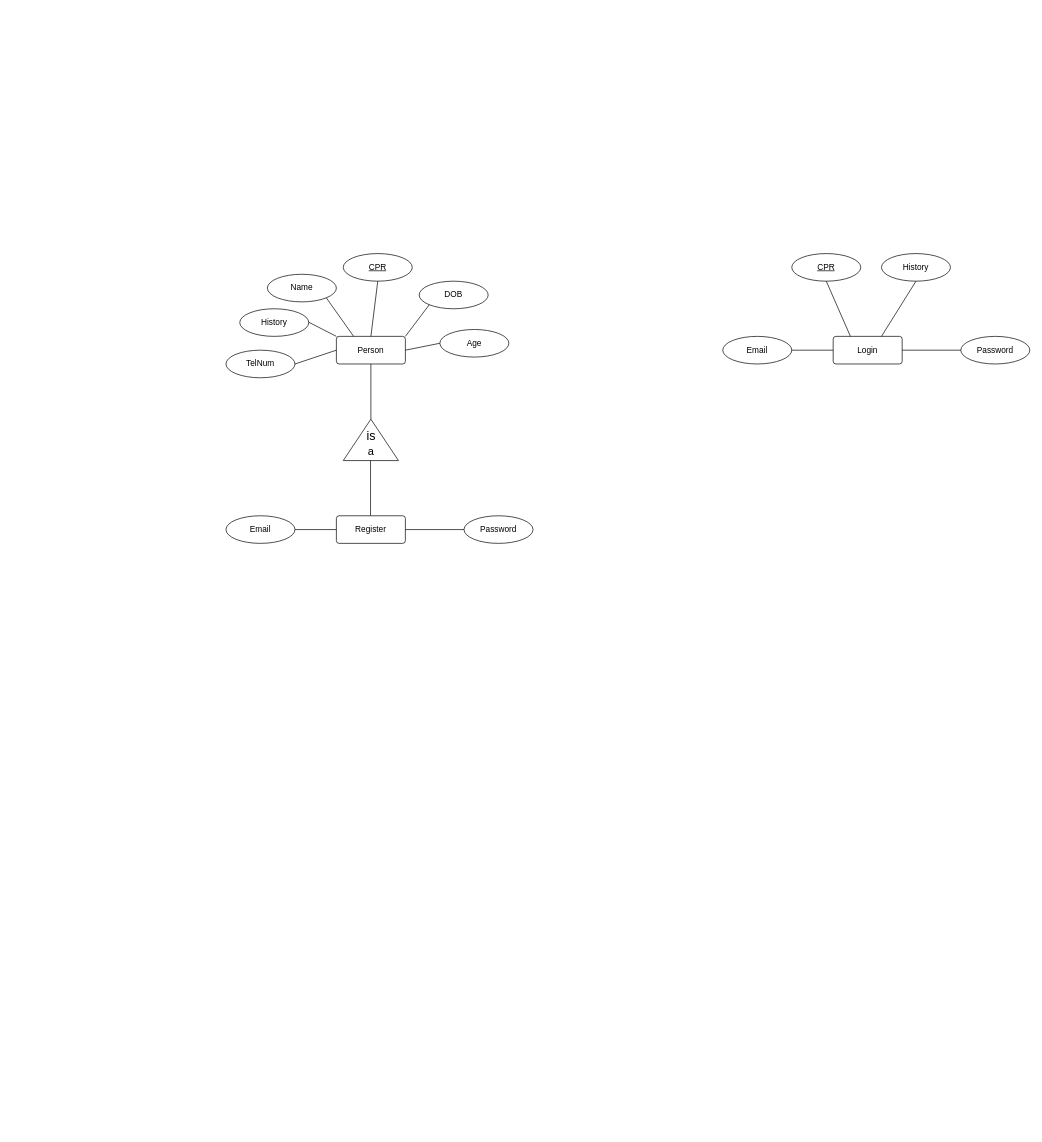
Above: Bahrainouna Project/Database_design.drawio in another4433/another4433 (draw.io), before the change. Source tidied: cells renumbered, new cells numbered last; positions are measured from the earlier drawing's top-left corner, leaving out a move shared by most shapes. Both pictures are drawn from the tidied source at 69%, with x=0, y=0 at pixel (226, 253).
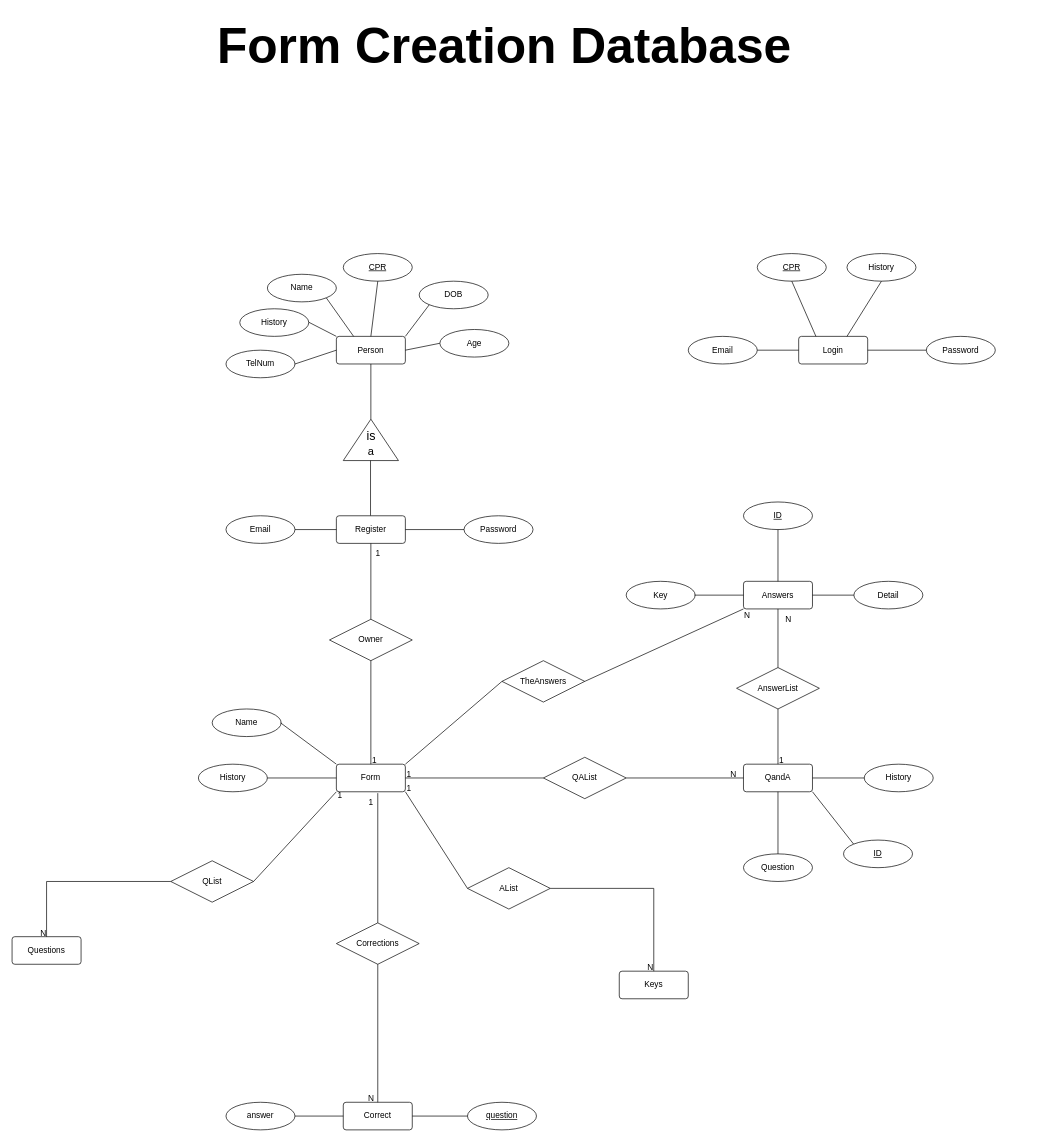
The same page after the edit.

The change refers to these unchanged cells:
```xml
<mxCell id="19" value="Register" style="rounded=1;arcSize=10;whiteSpace=wrap;html=1;align=center;" parent="1" vertex="1">
  <mxGeometry x="160" y="380" width="100" height="40" as="geometry" />
</mxCell>
```

Change to the diagram source:
```diff
@@
     <mxCell id="24" value="Login" style="rounded=1;arcSize=10;whiteSpace=wrap;html=1;align=center;" parent="1" vertex="1">
-      <mxGeometry x="880" y="120" width="100" height="40" as="geometry" />
+      <mxGeometry x="830" y="120" width="100" height="40" as="geometry" />
     </mxCell>
     <mxCell id="25" value="Password" style="ellipse;whiteSpace=wrap;html=1;align=center;" parent="1" vertex="1">
-      <mxGeometry x="1065" y="120" width="100" height="40" as="geometry" />
+      <mxGeometry x="1015" y="120" width="100" height="40" as="geometry" />
     </mxCell>
     <mxCell id="26" value="Email" style="ellipse;whiteSpace=wrap;html=1;align=center;" parent="1" vertex="1">
-      <mxGeometry x="720" y="120" width="100" height="40" as="geometry" />
+      <mxGeometry x="670" y="120" width="100" height="40" as="geometry" />
     </mxCell>
     <mxCell id="27" style="endArrow=none;html=1;rounded=0;" parent="1" edge="1" target="25">
       <mxGeometry relative="1" as="geometry">
-        <mxPoint x="980" y="140" as="sourcePoint" />
+        <mxPoint x="930" y="140" as="sourcePoint" />
       </mxGeometry>
     </mxCell>
     <mxCell id="28" style="endArrow=none;html=1;rounded=0;entryX=0;entryY=0.5;entryDx=0;entryDy=0;" parent="1" edge="1" target="24">
       <mxGeometry relative="1" as="geometry">
-        <mxPoint x="820" y="140" as="sourcePoint" />
+        <mxPoint x="770" y="140" as="sourcePoint" />
       </mxGeometry>
     </mxCell>
     <mxCell id="29" value="CPR" style="ellipse;whiteSpace=wrap;html=1;align=center;fontStyle=4;" parent="1" vertex="1">
-      <mxGeometry x="820" width="100" height="40" as="geometry" />
+      <mxGeometry x="770" width="100" height="40" as="geometry" />
     </mxCell>
@@
     <mxCell id="31" value="History" style="ellipse;whiteSpace=wrap;html=1;align=center;" parent="1" vertex="1">
-      <mxGeometry x="950" width="100" height="40" as="geometry" />
+      <mxGeometry x="900" width="100" height="40" as="geometry" />
     </mxCell>
     <mxCell id="32" style="endArrow=none;html=1;rounded=0;entryX=0.5;entryY=1;entryDx=0;entryDy=0;" parent="1" edge="1" target="31">
       <mxGeometry relative="1" as="geometry">
-        <mxPoint x="950" y="120" as="sourcePoint" />
+        <mxPoint x="900" y="120" as="sourcePoint" />
       </mxGeometry>
     </mxCell>
+    <mxCell id="33" value="Answers" style="rounded=1;arcSize=10;whiteSpace=wrap;html=1;align=center;" parent="1" vertex="1">
+      <mxGeometry x="750" y="475" width="100" height="40" as="geometry" />
+    </mxCell>
+    <mxCell id="34" value="Detail" style="ellipse;whiteSpace=wrap;html=1;align=center;" parent="1" vertex="1">
+      <mxGeometry x="910" y="475" width="100" height="40" as="geometry" />
+    </mxCell>
+    <mxCell id="35" value="Key" style="ellipse;whiteSpace=wrap;html=1;align=center;" parent="1" vertex="1">
+      <mxGeometry x="580" y="475" width="100" height="40" as="geometry" />
+    </mxCell>
+    <mxCell id="36" value="ID" style="ellipse;whiteSpace=wrap;html=1;align=center;fontStyle=4;" parent="1" vertex="1">
+      <mxGeometry x="750" y="360" width="100" height="40" as="geometry" />
+    </mxCell>
+    <mxCell id="37" style="endArrow=none;html=1;rounded=0;entryX=0.5;entryY=1;entryDx=0;entryDy=0;exitX=0.5;exitY=0;exitDx=0;exitDy=0;" parent="1" edge="1" source="33" target="36">
+      <mxGeometry relative="1" as="geometry" />
+    </mxCell>
+    <mxCell id="38" style="endArrow=none;html=1;rounded=0;entryX=0;entryY=0.5;entryDx=0;entryDy=0;exitX=0.5;exitY=0;exitDx=0;exitDy=0;" parent="1" edge="1" target="33">
+      <mxGeometry relative="1" as="geometry">
+        <mxPoint x="679" y="495" as="sourcePoint" />
+      </mxGeometry>
+    </mxCell>
+    <mxCell id="39" style="endArrow=none;html=1;rounded=0;entryX=0;entryY=0.5;entryDx=0;entryDy=0;exitX=0.5;exitY=0;exitDx=0;exitDy=0;" parent="1" edge="1" target="34">
+      <mxGeometry relative="1" as="geometry">
+        <mxPoint x="850" y="495" as="sourcePoint" />
+      </mxGeometry>
+    </mxCell>
+    <mxCell id="40" value="QandA" style="rounded=1;arcSize=10;whiteSpace=wrap;html=1;align=center;" parent="1" vertex="1">
+      <mxGeometry x="750" y="740" width="100" height="40" as="geometry" />
+    </mxCell>
+    <mxCell id="41" value="AnswerList" style="shape=rhombus;perimeter=rhombusPerimeter;whiteSpace=wrap;html=1;align=center;" parent="1" vertex="1">
+      <mxGeometry x="740" y="600" width="120" height="60" as="geometry" />
+    </mxCell>
+    <mxCell id="42" style="endArrow=none;html=1;rounded=0;entryX=0.5;entryY=1;entryDx=0;entryDy=0;exitX=0.5;exitY=0;exitDx=0;exitDy=0;" parent="1" edge="1" source="41" target="33">
+      <mxGeometry relative="1" as="geometry" />
+    </mxCell>
+    <mxCell id="43" style="endArrow=none;html=1;rounded=0;entryX=0.5;entryY=1;entryDx=0;entryDy=0;exitX=0.5;exitY=0;exitDx=0;exitDy=0;" parent="1" edge="1" source="40" target="41">
+      <mxGeometry relative="1" as="geometry" />
+    </mxCell>
+    <mxCell id="44" value="Question" style="ellipse;whiteSpace=wrap;html=1;align=center;" parent="1" vertex="1">
+      <mxGeometry x="750" y="870" width="100" height="40" as="geometry" />
+    </mxCell>
+    <mxCell id="45" value="History" style="ellipse;whiteSpace=wrap;html=1;align=center;" parent="1" vertex="1">
+      <mxGeometry x="925" y="740" width="100" height="40" as="geometry" />
+    </mxCell>
+    <mxCell id="46" value="ID" style="ellipse;whiteSpace=wrap;html=1;align=center;fontStyle=4;" parent="1" vertex="1">
+      <mxGeometry x="895" y="850" width="100" height="40" as="geometry" />
+    </mxCell>
+    <mxCell id="47" style="endArrow=none;html=1;rounded=0;entryX=0.5;entryY=1;entryDx=0;entryDy=0;exitX=0.5;exitY=0;exitDx=0;exitDy=0;" parent="1" edge="1" source="44" target="40">
+      <mxGeometry relative="1" as="geometry" />
+    </mxCell>
+    <mxCell id="48" style="endArrow=none;html=1;rounded=0;entryX=0;entryY=0.5;entryDx=0;entryDy=0;exitX=1;exitY=0.5;exitDx=0;exitDy=0;" parent="1" edge="1" source="40" target="45">
+      <mxGeometry relative="1" as="geometry" />
+    </mxCell>
+    <mxCell id="49" style="endArrow=none;html=1;rounded=0;exitX=0;exitY=0;exitDx=0;exitDy=0;entryX=1;entryY=1;entryDx=0;entryDy=0;" parent="1" edge="1" source="46" target="40">
+      <mxGeometry relative="1" as="geometry" />
+    </mxCell>
+    <mxCell id="50" value="Form" style="rounded=1;arcSize=10;whiteSpace=wrap;html=1;align=center;" parent="1" vertex="1">
+      <mxGeometry x="160" y="740" width="100" height="40" as="geometry" />
+    </mxCell>
+    <mxCell id="51" value="Owner" style="shape=rhombus;perimeter=rhombusPerimeter;whiteSpace=wrap;html=1;align=center;" parent="1" vertex="1">
+      <mxGeometry x="150" y="530" width="120" height="60" as="geometry" />
+    </mxCell>
+    <mxCell id="52" style="endArrow=none;html=1;rounded=0;entryX=0.5;entryY=1;entryDx=0;entryDy=0;" parent="1" edge="1" target="19">
+      <mxGeometry relative="1" as="geometry">
+        <mxPoint x="210" y="530" as="sourcePoint" />
+      </mxGeometry>
+    </mxCell>
+    <mxCell id="53" style="endArrow=none;html=1;rounded=0;entryX=0.5;entryY=1;entryDx=0;entryDy=0;exitX=0.5;exitY=0;exitDx=0;exitDy=0;" parent="1" edge="1" source="50" target="51">
+      <mxGeometry relative="1" as="geometry" />
+    </mxCell>
+    <mxCell id="54" value="History" style="ellipse;whiteSpace=wrap;html=1;align=center;" parent="1" vertex="1">
+      <mxGeometry x="-40" y="740" width="100" height="40" as="geometry" />
+    </mxCell>
+    <mxCell id="55" value="Name" style="ellipse;whiteSpace=wrap;html=1;align=center;" parent="1" vertex="1">
+      <mxGeometry x="-20" y="660" width="100" height="40" as="geometry" />
+    </mxCell>
+    <mxCell id="56" style="endArrow=none;html=1;rounded=0;entryX=0.5;entryY=1;entryDx=0;entryDy=0;exitX=0;exitY=0;exitDx=0;exitDy=0;" parent="1" edge="1" source="50">
+      <mxGeometry relative="1" as="geometry">
+        <mxPoint x="79" y="680" as="targetPoint" />
+      </mxGeometry>
+    </mxCell>
+    <mxCell id="57" style="endArrow=none;html=1;rounded=0;entryX=0;entryY=0.5;entryDx=0;entryDy=0;exitX=1;exitY=0.5;exitDx=0;exitDy=0;" parent="1" edge="1" source="54" target="50">
+      <mxGeometry relative="1" as="geometry" />
+    </mxCell>
+    <mxCell id="58" value="Correct" style="rounded=1;arcSize=10;whiteSpace=wrap;html=1;align=center;" parent="1" vertex="1">
+      <mxGeometry x="170" y="1230" width="100" height="40" as="geometry" />
+    </mxCell>
+    <mxCell id="59" value="answer" style="ellipse;whiteSpace=wrap;html=1;align=center;" parent="1" vertex="1">
+      <mxGeometry y="1230" width="100" height="40" as="geometry" />
+    </mxCell>
+    <mxCell id="60" value="question" style="ellipse;whiteSpace=wrap;html=1;align=center;fontStyle=4;" parent="1" vertex="1">
+      <mxGeometry x="350" y="1230" width="100" height="40" as="geometry" />
+    </mxCell>
+    <mxCell id="61" style="endArrow=none;html=1;rounded=0;exitX=0;exitY=0.5;exitDx=0;exitDy=0;" parent="1" edge="1" source="58">
+      <mxGeometry relative="1" as="geometry">
+        <mxPoint x="100" y="1250" as="targetPoint" />
+      </mxGeometry>
+    </mxCell>
+    <mxCell id="62" style="endArrow=none;html=1;rounded=0;entryX=0;entryY=0.5;entryDx=0;entryDy=0;exitX=1;exitY=0.5;exitDx=0;exitDy=0;" parent="1" edge="1" source="58" target="60">
+      <mxGeometry relative="1" as="geometry" />
+    </mxCell>
+    <mxCell id="63" value="Corrections" style="shape=rhombus;perimeter=rhombusPerimeter;whiteSpace=wrap;html=1;align=center;" parent="1" vertex="1">
+      <mxGeometry x="160" y="970" width="120" height="60" as="geometry" />
+    </mxCell>
+    <mxCell id="64" style="endArrow=none;html=1;rounded=0;entryX=0.5;entryY=1;entryDx=0;entryDy=0;exitX=0.5;exitY=0;exitDx=0;exitDy=0;" parent="1" edge="1" source="58" target="63">
+      <mxGeometry relative="1" as="geometry" />
+    </mxCell>
+    <mxCell id="65" style="endArrow=none;html=1;rounded=0;entryX=0.6;entryY=1.05;entryDx=0;entryDy=0;entryPerimeter=0;exitX=0.5;exitY=0;exitDx=0;exitDy=0;" parent="1" edge="1" source="63" target="50">
+      <mxGeometry relative="1" as="geometry" />
+    </mxCell>
+    <mxCell id="66" value="QAList" style="shape=rhombus;perimeter=rhombusPerimeter;whiteSpace=wrap;html=1;align=center;" parent="1" vertex="1">
+      <mxGeometry x="460" y="730" width="120" height="60" as="geometry" />
+    </mxCell>
+    <mxCell id="67" style="endArrow=none;html=1;rounded=0;entryX=0;entryY=0.5;entryDx=0;entryDy=0;exitX=1;exitY=0.5;exitDx=0;exitDy=0;" parent="1" edge="1" source="50" target="66">
+      <mxGeometry relative="1" as="geometry" />
+    </mxCell>
+    <mxCell id="68" style="endArrow=none;html=1;rounded=0;entryX=0;entryY=0.5;entryDx=0;entryDy=0;exitX=1;exitY=0.5;exitDx=0;exitDy=0;" parent="1" edge="1" source="66" target="40">
+      <mxGeometry relative="1" as="geometry" />
+    </mxCell>
+    <mxCell id="69" value="TheAnswers" style="shape=rhombus;perimeter=rhombusPerimeter;whiteSpace=wrap;html=1;align=center;" parent="1" vertex="1">
+      <mxGeometry x="400" y="590" width="120" height="60" as="geometry" />
+    </mxCell>
+    <mxCell id="70" style="endArrow=none;html=1;rounded=0;entryX=0;entryY=0.5;entryDx=0;entryDy=0;exitX=1;exitY=0;exitDx=0;exitDy=0;" parent="1" edge="1" source="50" target="69">
+      <mxGeometry relative="1" as="geometry" />
+    </mxCell>
+    <mxCell id="71" style="endArrow=none;html=1;rounded=0;entryX=0;entryY=1;entryDx=0;entryDy=0;exitX=1;exitY=0.5;exitDx=0;exitDy=0;" parent="1" edge="1" source="69" target="33">
+      <mxGeometry relative="1" as="geometry" />
+    </mxCell>
+    <mxCell id="72" value="Questions" style="rounded=1;arcSize=10;whiteSpace=wrap;html=1;align=center;" parent="1" vertex="1">
+      <mxGeometry x="-310" y="990" width="100" height="40" as="geometry" />
+    </mxCell>
+    <mxCell id="73" value="QList" style="shape=rhombus;perimeter=rhombusPerimeter;whiteSpace=wrap;html=1;align=center;" parent="1" vertex="1">
+      <mxGeometry x="-80" y="880" width="120" height="60" as="geometry" />
+    </mxCell>
+    <mxCell id="74" style="endArrow=none;html=1;rounded=0;entryX=0;entryY=0.5;entryDx=0;entryDy=0;exitX=0.5;exitY=0;exitDx=0;exitDy=0;edgeStyle=orthogonalEdgeStyle;" parent="1" edge="1" source="72" target="73">
+      <mxGeometry relative="1" as="geometry" />
+    </mxCell>
+    <mxCell id="75" style="endArrow=none;html=1;rounded=0;entryX=0;entryY=1;entryDx=0;entryDy=0;exitX=1;exitY=0.5;exitDx=0;exitDy=0;" parent="1" edge="1" source="73" target="50">
+      <mxGeometry relative="1" as="geometry" />
+    </mxCell>
+    <mxCell id="76" value="Keys" style="rounded=1;arcSize=10;whiteSpace=wrap;html=1;align=center;" parent="1" vertex="1">
+      <mxGeometry x="570" y="1040" width="100" height="40" as="geometry" />
+    </mxCell>
+    <mxCell id="77" value="AList" style="shape=rhombus;perimeter=rhombusPerimeter;whiteSpace=wrap;html=1;align=center;" parent="1" vertex="1">
+      <mxGeometry x="350" y="890" width="120" height="60" as="geometry" />
+    </mxCell>
+    <mxCell id="78" style="endArrow=none;html=1;rounded=0;entryX=1;entryY=1;entryDx=0;entryDy=0;" parent="1" edge="1" target="50">
+      <mxGeometry relative="1" as="geometry">
+        <mxPoint x="350" y="920" as="sourcePoint" />
+      </mxGeometry>
+    </mxCell>
+    <mxCell id="79" style="endArrow=none;html=1;rounded=0;exitX=0.5;exitY=0;exitDx=0;exitDy=0;entryX=1;entryY=0.5;entryDx=0;entryDy=0;edgeStyle=orthogonalEdgeStyle;" parent="1" edge="1" source="76" target="77">
+      <mxGeometry relative="1" as="geometry" />
+    </mxCell>
+    <mxCell id="80" value="N" style="text;html=1;align=center;verticalAlign=middle;strokeColor=none;fillColor=none;" parent="1" vertex="1">
+      <mxGeometry x="740" y="510" width="30" height="30" as="geometry" />
+    </mxCell>
+    <mxCell id="81" value="N" style="text;html=1;align=center;verticalAlign=middle;strokeColor=none;fillColor=none;" parent="1" vertex="1">
+      <mxGeometry x="800" y="515" width="30" height="30" as="geometry" />
+    </mxCell>
+    <mxCell id="82" value="N" style="text;html=1;align=center;verticalAlign=middle;strokeColor=none;fillColor=none;" parent="1" vertex="1">
+      <mxGeometry x="-280" y="970" width="30" height="30" as="geometry" />
+    </mxCell>
+    <mxCell id="83" value="N" style="text;html=1;align=center;verticalAlign=middle;strokeColor=none;fillColor=none;" parent="1" vertex="1">
+      <mxGeometry x="600" y="1020" width="30" height="30" as="geometry" />
+    </mxCell>
+    <mxCell id="84" value="N" style="text;html=1;align=center;verticalAlign=middle;strokeColor=none;fillColor=none;" parent="1" vertex="1">
+      <mxGeometry x="195" y="1210" width="30" height="30" as="geometry" />
+    </mxCell>
+    <mxCell id="85" value="1" style="text;html=1;align=center;verticalAlign=middle;strokeColor=none;fillColor=none;" parent="1" vertex="1">
+      <mxGeometry x="205" y="420" width="30" height="30" as="geometry" />
+    </mxCell>
+    <mxCell id="86" value="1" style="text;html=1;align=center;verticalAlign=middle;strokeColor=none;fillColor=none;" parent="1" vertex="1">
+      <mxGeometry x="200" y="720" width="30" height="30" as="geometry" />
+    </mxCell>
+    <mxCell id="87" value="1" style="text;html=1;align=center;verticalAlign=middle;strokeColor=none;fillColor=none;" parent="1" vertex="1">
+      <mxGeometry x="195" y="780" width="30" height="30" as="geometry" />
+    </mxCell>
+    <mxCell id="88" value="1" style="text;html=1;align=center;verticalAlign=middle;strokeColor=none;fillColor=none;" parent="1" vertex="1">
+      <mxGeometry x="150" y="770" width="30" height="30" as="geometry" />
+    </mxCell>
+    <mxCell id="89" value="1" style="text;html=1;align=center;verticalAlign=middle;strokeColor=none;fillColor=none;" parent="1" vertex="1">
+      <mxGeometry x="250" y="760" width="30" height="30" as="geometry" />
+    </mxCell>
+    <mxCell id="90" value="1" style="text;html=1;align=center;verticalAlign=middle;strokeColor=none;fillColor=none;" parent="1" vertex="1">
+      <mxGeometry x="790" y="720" width="30" height="30" as="geometry" />
+    </mxCell>
+    <mxCell id="91" value="N" style="text;html=1;align=center;verticalAlign=middle;strokeColor=none;fillColor=none;" parent="1" vertex="1">
+      <mxGeometry x="720" y="740" width="30" height="30" as="geometry" />
+    </mxCell>
+    <mxCell id="92" value="1" style="text;html=1;align=center;verticalAlign=middle;strokeColor=none;fillColor=none;" parent="1" vertex="1">
+      <mxGeometry x="250" y="740" width="30" height="30" as="geometry" />
+    </mxCell>
+    <mxCell id="93" value="&lt;b&gt;&lt;font style=&quot;font-size: 72px;&quot;&gt;Form Creation Database&lt;/font&gt;&lt;/b&gt;" style="text;html=1;align=center;verticalAlign=middle;strokeColor=none;fillColor=none;" parent="1" vertex="1">
+      <mxGeometry x="-27.5" y="-350" width="860" height="100" as="geometry" />
+    </mxCell>
```
